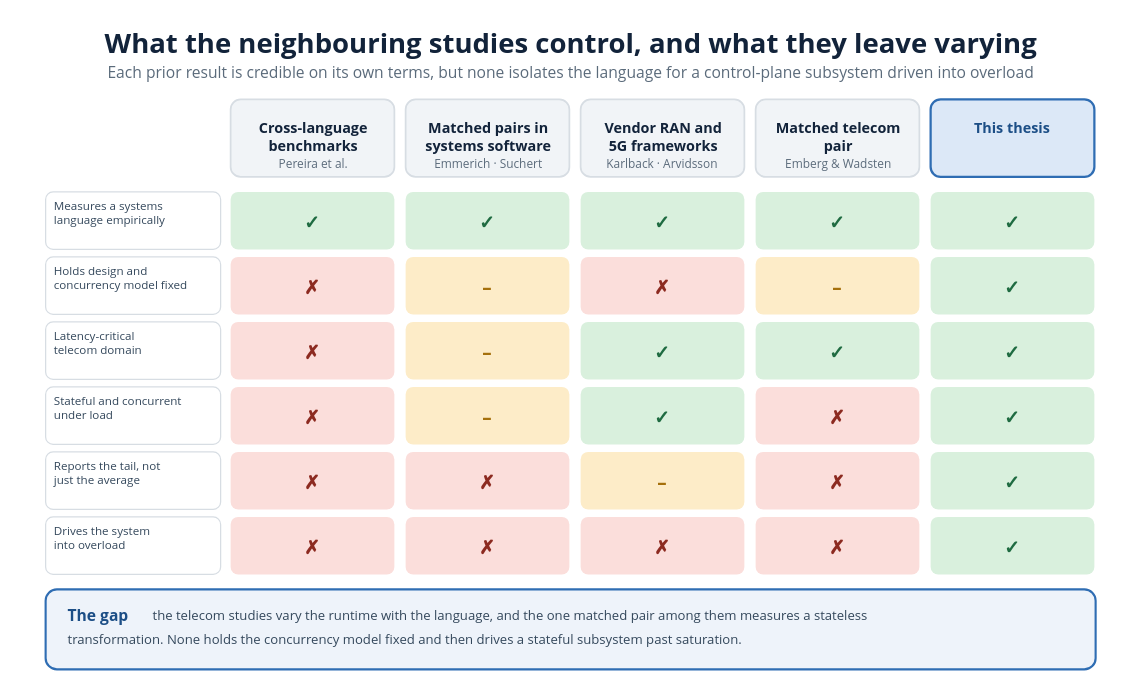
Earlier version of the draw.io diagram diagrams/29_research_gap.drawio (VienThanh12/Master-Thesis). Source tidied: cells renumbered, new cells numbered last; positions are measured from the earlier drawing's top-left corner, leaving out a move shared by most shapes. Both pictures are drawn from the tidied source at 125%, with x=0, y=0 at pixel (21, 20).
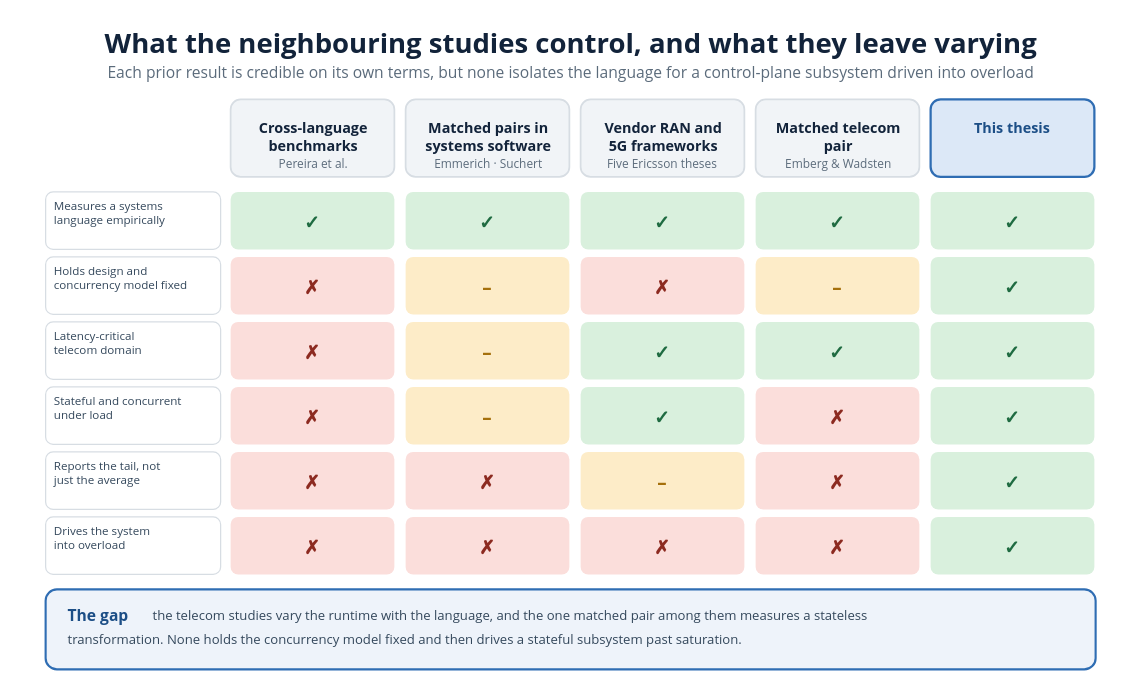
After the change.

Commit message (it also covers changes not shown here):
Apply frenchspacing and refine research-gap framing across thesis sources, regenerate PDFs and diagrams

Diff of the diagram source:
```diff
@@
-    <mxCell id="15" value="Karlback · Arvidsson" style="text;html=1;strokeColor=none;fillColor=none;whiteSpace=nowrap;align=center;verticalAlign=middle;fontSize=9.5;fontColor=#5b6b7b;fontFamily=Segoe UI;" parent="1" vertex="1">
+    <mxCell id="15" value="Five Ericsson theses" style="text;html=1;strokeColor=none;fillColor=none;whiteSpace=nowrap;align=center;verticalAlign=middle;fontSize=9.5;fontColor=#5b6b7b;fontFamily=Segoe UI;" parent="1" vertex="1">
       <mxGeometry x="460.7" y="107" width="103.5" height="14.2" as="geometry" />
     </mxCell>
```
